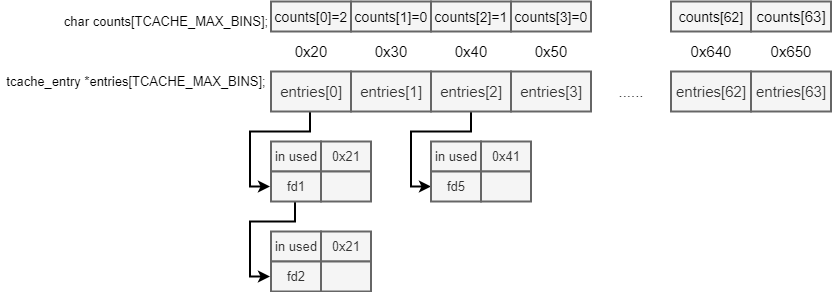
The draw.io diagram CTF_pic/tcache.png in kokifish/pictures, before a commit. Source tidied: cells renumbered, new cells last; positions are measured from the earlier drawing's top-left corner, leaving out a move shared by most shapes.
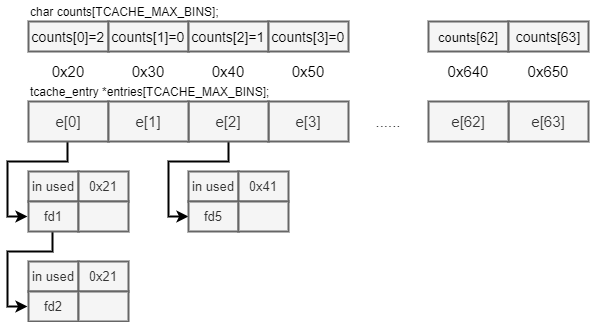
The same file after the commit.

Change to the diagram source:
```diff
@@ -13,16 +13,16 @@
         </Array>
       </mxGeometry>
     </mxCell>
-    <mxCell id="3" value="entries[0]" style="rounded=0;whiteSpace=wrap;html=1;fillColor=#f5f5f5;strokeColor=#666666;fontColor=#333333;fontSize=15;strokeWidth=2;" parent="1" vertex="1">
+    <mxCell id="3" value="e[0]" style="rounded=0;whiteSpace=wrap;html=1;fillColor=#f5f5f5;strokeColor=#666666;fontColor=#333333;fontSize=15;strokeWidth=2;" parent="1" vertex="1">
       <mxGeometry x="270" y="70" width="80" height="40" as="geometry" />
     </mxCell>
-    <mxCell id="4" value="&lt;span style=&quot;font-size: 15px;&quot;&gt;entries[63]&lt;/span&gt;" style="rounded=0;whiteSpace=wrap;html=1;fillColor=#f5f5f5;strokeColor=#666666;fontColor=#333333;fontSize=15;strokeWidth=2;" parent="1" vertex="1">
+    <mxCell id="4" value="&lt;span style=&quot;font-size: 15px&quot;&gt;e[63]&lt;/span&gt;" style="rounded=0;whiteSpace=wrap;html=1;fillColor=#f5f5f5;strokeColor=#666666;fontColor=#333333;fontSize=15;strokeWidth=2;" parent="1" vertex="1">
       <mxGeometry x="750" y="70" width="80" height="40" as="geometry" />
     </mxCell>
-    <mxCell id="5" value="&lt;span style=&quot;font-size: 15px;&quot;&gt;entries[62]&lt;/span&gt;" style="rounded=0;whiteSpace=wrap;html=1;fillColor=#f5f5f5;strokeColor=#666666;fontColor=#333333;fontSize=15;strokeWidth=2;" parent="1" vertex="1">
+    <mxCell id="5" value="&lt;span style=&quot;font-size: 15px&quot;&gt;e[62]&lt;/span&gt;" style="rounded=0;whiteSpace=wrap;html=1;fillColor=#f5f5f5;strokeColor=#666666;fontColor=#333333;fontSize=15;strokeWidth=2;" parent="1" vertex="1">
       <mxGeometry x="670" y="70" width="80" height="40" as="geometry" />
     </mxCell>
-    <mxCell id="6" value="&lt;span style=&quot;font-size: 15px;&quot;&gt;entries[3]&lt;/span&gt;" style="rounded=0;whiteSpace=wrap;html=1;fillColor=#f5f5f5;strokeColor=#666666;fontColor=#333333;fontSize=15;strokeWidth=2;" parent="1" vertex="1">
+    <mxCell id="6" value="&lt;span style=&quot;font-size: 15px&quot;&gt;e[3]&lt;/span&gt;" style="rounded=0;whiteSpace=wrap;html=1;fillColor=#f5f5f5;strokeColor=#666666;fontColor=#333333;fontSize=15;strokeWidth=2;" parent="1" vertex="1">
       <mxGeometry x="510" y="70" width="80" height="40" as="geometry" />
     </mxCell>
     <mxCell id="7" style="edgeStyle=orthogonalEdgeStyle;rounded=0;jettySize=auto;html=1;exitX=0.5;exitY=1;exitDx=0;exitDy=0;entryX=0;entryY=0.5;entryDx=0;entryDy=0;fontSize=15;strokeWidth=2;" parent="1" edge="1" source="8" target="36">
@@ -34,29 +34,29 @@
         </Array>
       </mxGeometry>
     </mxCell>
-    <mxCell id="8" value="&lt;span style=&quot;font-size: 15px;&quot;&gt;entries[2]&lt;/span&gt;" style="rounded=0;whiteSpace=wrap;html=1;fillColor=#f5f5f5;strokeColor=#666666;fontColor=#333333;fontSize=15;strokeWidth=2;" parent="1" vertex="1">
+    <mxCell id="8" value="&lt;span style=&quot;font-size: 15px&quot;&gt;e[2]&lt;/span&gt;" style="rounded=0;whiteSpace=wrap;html=1;fillColor=#f5f5f5;strokeColor=#666666;fontColor=#333333;fontSize=15;strokeWidth=2;" parent="1" vertex="1">
       <mxGeometry x="430" y="70" width="80" height="40" as="geometry" />
     </mxCell>
-    <mxCell id="9" value="&lt;span style=&quot;font-size: 15px;&quot;&gt;entries[1]&lt;/span&gt;" style="rounded=0;whiteSpace=wrap;html=1;fillColor=#f5f5f5;strokeColor=#666666;fontColor=#333333;fontSize=15;strokeWidth=2;" parent="1" vertex="1">
+    <mxCell id="9" value="&lt;span style=&quot;font-size: 15px&quot;&gt;e[1]&lt;/span&gt;" style="rounded=0;whiteSpace=wrap;html=1;fillColor=#f5f5f5;strokeColor=#666666;fontColor=#333333;fontSize=15;strokeWidth=2;" parent="1" vertex="1">
       <mxGeometry x="350" y="70" width="80" height="40" as="geometry" />
     </mxCell>
     <mxCell id="10" value="&lt;font style=&quot;font-size: 15px;&quot;&gt;0x20&lt;/font&gt;" style="text;html=1;strokeColor=none;fillColor=none;align=center;verticalAlign=middle;whiteSpace=wrap;rounded=0;fontSize=15;strokeWidth=2;" parent="1" vertex="1">
-      <mxGeometry x="290" y="40" width="40" height="20" as="geometry" />
+      <mxGeometry x="290" y="30" width="40" height="20" as="geometry" />
     </mxCell>
     <mxCell id="11" value="&lt;font style=&quot;font-size: 15px;&quot;&gt;0x30&lt;/font&gt;" style="text;html=1;strokeColor=none;fillColor=none;align=center;verticalAlign=middle;whiteSpace=wrap;rounded=0;fontSize=15;strokeWidth=2;" parent="1" vertex="1">
-      <mxGeometry x="370" y="40" width="40" height="20" as="geometry" />
+      <mxGeometry x="370" y="30" width="40" height="20" as="geometry" />
     </mxCell>
     <mxCell id="12" value="&lt;font style=&quot;font-size: 15px;&quot;&gt;0x40&lt;/font&gt;" style="text;html=1;strokeColor=none;fillColor=none;align=center;verticalAlign=middle;whiteSpace=wrap;rounded=0;fontSize=15;strokeWidth=2;" parent="1" vertex="1">
-      <mxGeometry x="450" y="40" width="40" height="20" as="geometry" />
+      <mxGeometry x="450" y="30" width="40" height="20" as="geometry" />
     </mxCell>
     <mxCell id="13" value="&lt;font style=&quot;font-size: 15px;&quot;&gt;0x50&lt;/font&gt;" style="text;html=1;strokeColor=none;fillColor=none;align=center;verticalAlign=middle;whiteSpace=wrap;rounded=0;fontSize=15;strokeWidth=2;" parent="1" vertex="1">
-      <mxGeometry x="530" y="40" width="40" height="20" as="geometry" />
+      <mxGeometry x="530" y="30" width="40" height="20" as="geometry" />
     </mxCell>
     <mxCell id="14" value="&lt;font style=&quot;font-size: 15px;&quot;&gt;0x640&lt;/font&gt;" style="text;html=1;strokeColor=none;fillColor=none;align=center;verticalAlign=middle;whiteSpace=wrap;rounded=0;fontSize=15;strokeWidth=2;" parent="1" vertex="1">
-      <mxGeometry x="690" y="40" width="40" height="20" as="geometry" />
+      <mxGeometry x="690" y="30" width="40" height="20" as="geometry" />
     </mxCell>
     <mxCell id="15" value="&lt;font style=&quot;font-size: 15px;&quot;&gt;0x650&lt;/font&gt;" style="text;html=1;strokeColor=none;fillColor=none;align=center;verticalAlign=middle;whiteSpace=wrap;rounded=0;fontSize=15;strokeWidth=2;" parent="1" vertex="1">
-      <mxGeometry x="770" y="40" width="40" height="20" as="geometry" />
+      <mxGeometry x="770" y="30" width="40" height="20" as="geometry" />
     </mxCell>
     <mxCell id="16" value="in used" style="rounded=0;whiteSpace=wrap;html=1;fillColor=#f5f5f5;strokeColor=#666666;fontColor=#333333;fontSize=13;strokeWidth=2;" parent="1" vertex="1">
       <mxGeometry x="270" y="140" width="50" height="30" as="geometry" />
@@ -97,28 +97,28 @@
       <mxGeometry x="610" y="80" width="40" height="20" as="geometry" />
     </mxCell>
     <mxCell id="26" value="&lt;font color=&quot;#000000&quot; style=&quot;font-size: 14px;&quot;&gt;&lt;span style=&quot;font-family: helvetica; font-size: 14px;&quot;&gt;counts[0]=&lt;/span&gt;2&lt;/font&gt;" style="rounded=0;whiteSpace=wrap;html=1;fillColor=#f5f5f5;strokeColor=#666666;fontColor=#333333;fontSize=14;strokeWidth=2;" parent="1" vertex="1">
-      <mxGeometry x="270" width="80" height="30" as="geometry" />
+      <mxGeometry x="270" y="-10" width="80" height="30" as="geometry" />
     </mxCell>
-    <mxCell id="27" value="tcache_entry *entries[TCACHE_MAX_BINS];" style="text;html=1;strokeColor=none;fillColor=none;align=center;verticalAlign=middle;whiteSpace=wrap;rounded=0;fontSize=13;strokeWidth=2;" parent="1" vertex="1">
-      <mxGeometry y="70" width="270" height="20" as="geometry" />
+    <mxCell id="27" value="&lt;font style=&quot;font-size: 12px&quot;&gt;tcache_entry *entries[TCACHE_MAX_BINS];&lt;/font&gt;" style="text;html=1;strokeColor=none;fillColor=none;align=left;verticalAlign=middle;whiteSpace=wrap;rounded=0;fontSize=13;strokeWidth=2;" parent="1" vertex="1">
+      <mxGeometry x="270" y="50" width="270" height="20" as="geometry" />
     </mxCell>
-    <mxCell id="28" value="char counts[TCACHE_MAX_BINS];" style="text;html=1;strokeColor=none;fillColor=none;align=center;verticalAlign=middle;whiteSpace=wrap;rounded=0;fontSize=13;strokeWidth=2;" parent="1" vertex="1">
-      <mxGeometry x="60" y="10" width="210" height="20" as="geometry" />
+    <mxCell id="28" value="&lt;font style=&quot;font-size: 12px&quot;&gt;char counts[TCACHE_MAX_BINS];&lt;/font&gt;" style="text;html=1;strokeColor=none;fillColor=none;align=left;verticalAlign=middle;whiteSpace=wrap;rounded=0;fontSize=13;strokeWidth=2;" parent="1" vertex="1">
+      <mxGeometry x="270" y="-30" width="210" height="20" as="geometry" />
     </mxCell>
     <mxCell id="29" value="&lt;font color=&quot;#000000&quot; style=&quot;font-size: 14px;&quot;&gt;&lt;span style=&quot;font-family: helvetica; font-size: 14px;&quot;&gt;counts[1]=&lt;/span&gt;&lt;span style=&quot;font-size: 14px;&quot;&gt;0&lt;/span&gt;&lt;/font&gt;" style="rounded=0;whiteSpace=wrap;html=1;fillColor=#f5f5f5;strokeColor=#666666;fontColor=#333333;fontSize=14;strokeWidth=2;" parent="1" vertex="1">
-      <mxGeometry x="350" width="80" height="30" as="geometry" />
+      <mxGeometry x="350" y="-10" width="80" height="30" as="geometry" />
     </mxCell>
     <mxCell id="30" value="&lt;font color=&quot;#000000&quot; style=&quot;font-size: 14px;&quot;&gt;&lt;span style=&quot;font-family: helvetica; font-size: 14px;&quot;&gt;counts[2]=&lt;/span&gt;&lt;span style=&quot;font-size: 14px;&quot;&gt;1&lt;/span&gt;&lt;/font&gt;" style="rounded=0;whiteSpace=wrap;html=1;fillColor=#f5f5f5;strokeColor=#666666;fontColor=#333333;fontSize=14;strokeWidth=2;" parent="1" vertex="1">
-      <mxGeometry x="430" width="80" height="30" as="geometry" />
+      <mxGeometry x="430" y="-10" width="80" height="30" as="geometry" />
     </mxCell>
     <mxCell id="31" value="&lt;font color=&quot;#000000&quot; style=&quot;font-size: 14px;&quot;&gt;&lt;span style=&quot;font-family: helvetica; font-size: 14px;&quot;&gt;counts[3]=&lt;/span&gt;&lt;span style=&quot;font-size: 14px;&quot;&gt;0&lt;/span&gt;&lt;/font&gt;" style="rounded=0;whiteSpace=wrap;html=1;fillColor=#f5f5f5;strokeColor=#666666;fontColor=#333333;fontSize=14;strokeWidth=2;" parent="1" vertex="1">
-      <mxGeometry x="510" width="80" height="30" as="geometry" />
+      <mxGeometry x="510" y="-10" width="80" height="30" as="geometry" />
     </mxCell>
-    <mxCell id="32" value="&lt;span style=&quot;font-family: &amp;#34;helvetica&amp;#34;&quot;&gt;&lt;font color=&quot;#000000&quot; style=&quot;font-size: 14px&quot;&gt;counts[62]&lt;/font&gt;&lt;/span&gt;" style="rounded=0;whiteSpace=wrap;html=1;fillColor=#f5f5f5;strokeColor=#666666;fontColor=#333333;fontSize=15;strokeWidth=2;" parent="1" vertex="1">
-      <mxGeometry x="670" width="80" height="30" as="geometry" />
+    <mxCell id="32" value="&lt;span style=&quot;font-family: &amp;#34;helvetica&amp;#34;&quot;&gt;&lt;font color=&quot;#000000&quot; style=&quot;font-size: 13px&quot;&gt;counts[62]&lt;/font&gt;&lt;/span&gt;" style="rounded=0;whiteSpace=wrap;html=1;fillColor=#f5f5f5;strokeColor=#666666;fontColor=#333333;fontSize=15;strokeWidth=2;" parent="1" vertex="1">
+      <mxGeometry x="670" y="-10" width="80" height="30" as="geometry" />
     </mxCell>
-    <mxCell id="33" value="&lt;span style=&quot;font-family: &amp;#34;helvetica&amp;#34;&quot;&gt;&lt;font color=&quot;#000000&quot;&gt;counts[63]&lt;/font&gt;&lt;/span&gt;" style="rounded=0;whiteSpace=wrap;html=1;fillColor=#f5f5f5;strokeColor=#666666;fontColor=#333333;fontSize=15;strokeWidth=2;" parent="1" vertex="1">
-      <mxGeometry x="750" width="80" height="30" as="geometry" />
+    <mxCell id="33" value="&lt;span style=&quot;font-family: &amp;#34;helvetica&amp;#34;&quot;&gt;&lt;font color=&quot;#000000&quot; style=&quot;font-size: 14px&quot;&gt;counts[63]&lt;/font&gt;&lt;/span&gt;" style="rounded=0;whiteSpace=wrap;html=1;fillColor=#f5f5f5;strokeColor=#666666;fontColor=#333333;fontSize=15;strokeWidth=2;" parent="1" vertex="1">
+      <mxGeometry x="750" y="-10" width="80" height="30" as="geometry" />
     </mxCell>
     <mxCell id="34" value="in used" style="rounded=0;whiteSpace=wrap;html=1;fillColor=#f5f5f5;strokeColor=#666666;fontColor=#333333;fontSize=13;strokeWidth=2;" parent="1" vertex="1">
       <mxGeometry x="430" y="140" width="50" height="30" as="geometry" />
```
